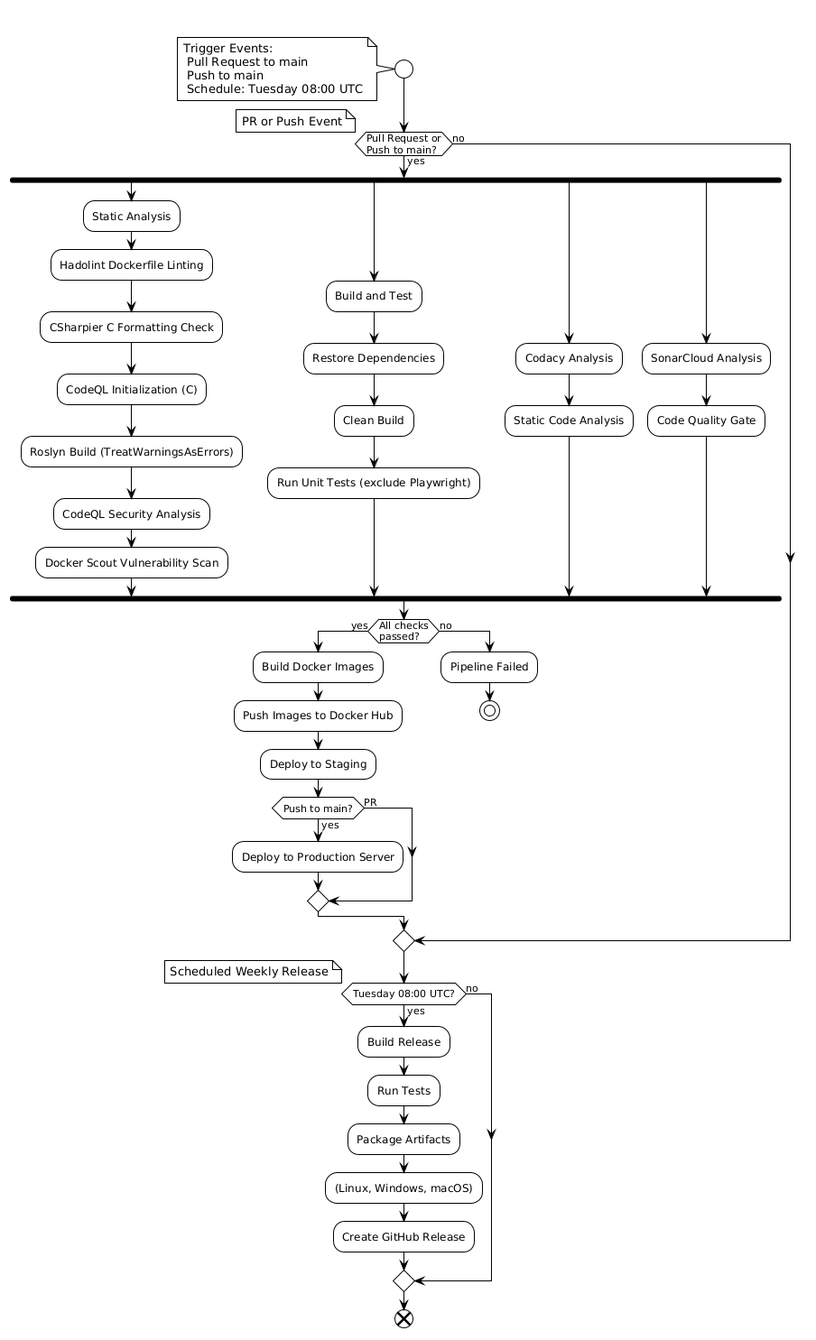
Before: report/images/CI-CD.png, a diagram exported from PlantUML (Itu-DevOps-2026/ITU-MiniTwit).
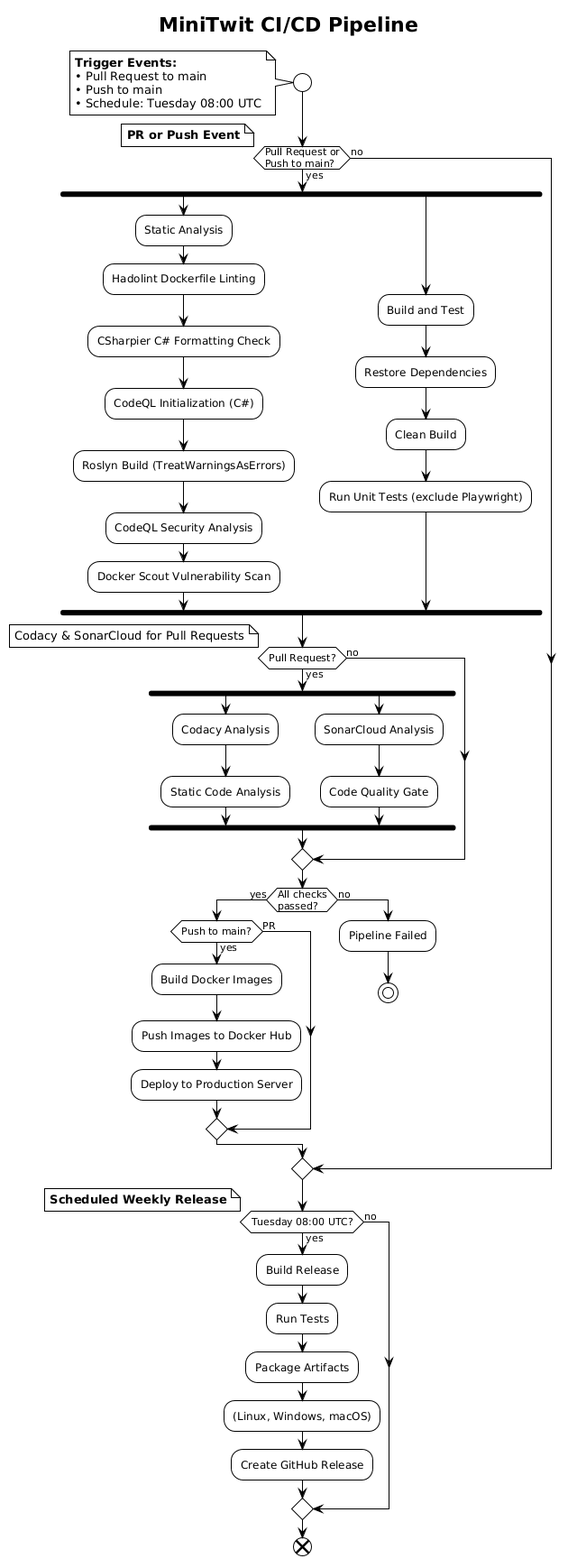
After the change.

Commit message:
CI CD pipeline diagram updated

Change to the diagram source:
```diff
@@ -5,69 +5,76 @@
 start
 
 note left
-Trigger Events:
-• Pull Request to main
-• Push to main
-• Schedule: Tuesday 08:00 UTC
+  **Trigger Events:**
+  • Pull Request to main
+  • Push to main
+  • Schedule: Tuesday 08:00 UTC
 end note
 
 if (Pull Request or\nPush to main?) then (yes)
-note left
-PR or Push Event
-end note
+  note left
+    **PR or Push Event**
+  end note
 
-fork
-:Static Analysis;
-:Hadolint Dockerfile Linting;
-:CSharpier C# Formatting Check;
-:CodeQL Initialization (C#);
-:Roslyn Build (TreatWarningsAsErrors);
-:CodeQL Security Analysis;
-:Docker Scout Vulnerability Scan;
-fork again
-:Build and Test;
-:Restore Dependencies;
-:Clean Build;
-:Run Unit Tests (exclude Playwright);
-fork again
-:Codacy Analysis;
-:Static Code Analysis;
-fork again
-:SonarCloud Analysis;
-:Code Quality Gate;
-end fork
+  fork
+    :Static Analysis;
+    :Hadolint Dockerfile Linting;
+    :CSharpier C# Formatting Check;
+    :CodeQL Initialization (C#);
+    :Roslyn Build (TreatWarningsAsErrors);
+    :CodeQL Security Analysis;
+    :Docker Scout Vulnerability Scan;
+  fork again
+    :Build and Test;
+    :Restore Dependencies;
+    :Clean Build;
+    :Run Unit Tests (exclude Playwright);
+  end fork
 
-if (All checks\npassed?) then (yes)
-:Build Docker Images;
-:Push Images to Docker Hub;
-:Deploy to Staging;
-if (Push to main?) then (yes)
-note left
-Continuous Deployment
-end note
-:Deploy to Production Server;
-else (PR)
-note left
-PR ready for review
-(gates passed; staging available)
-end note
-endif
-else (no)
-:Pipeline Failed;
-stop
-endif
+  if (Pull Request?) then (yes)
+    fork
+      :Codacy Analysis;
+      :Static Code Analysis;
+    fork again
+      :SonarCloud Analysis;
+      :Code Quality Gate;
+    end fork
+  else (no)
+    note right
+      Codacy & SonarCloud for Pull Requests
+    end note
+  endif
+
+  if (All checks\npassed?) then (yes)
+    if (Push to main?) then (yes)
+      note left
+        **Continuous Deployment**
+      end note
+      :Build Docker Images;
+      :Push Images to Docker Hub;
+      :Deploy to Production Server;
+    else (PR)
+      note left
+        PR ready for review
+        (gates passed)
+      end note
+    endif
+  else (no)
+    :Pipeline Failed;
+    stop
+  endif
 else (no)
 endif
 
 if (Tuesday 08:00 UTC?) then (yes)
-note left
-Scheduled Weekly Release
-end note
-:Build Release;
-:Run Tests;
-:Package Artifacts;
-:(Linux, Windows, macOS);
-:Create GitHub Release;
+  note left
+    **Scheduled Weekly Release**
+  end note
+  :Build Release;
+  :Run Tests;
+  :Package Artifacts;
+  :(Linux, Windows, macOS);
+  :Create GitHub Release;
 else (no)
 endif
 
```
